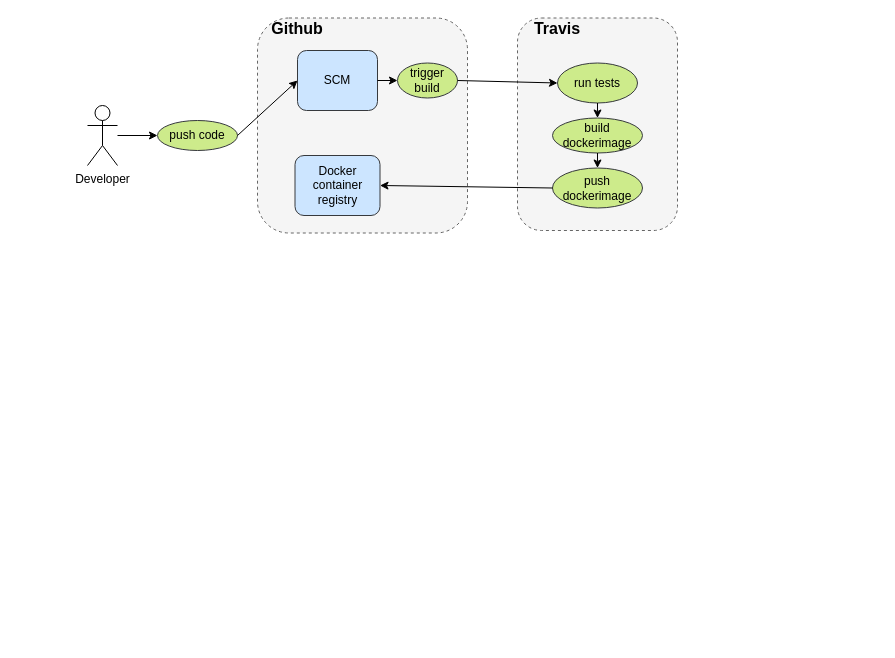
This is docs/CiCdConcept.drawio from andraspatka/JobPortalBE, a draw.io file, before an edit. Source tidied: cells renumbered, new cells numbered last; positions are measured from the earlier drawing's top-left corner, leaving out a move shared by most shapes. Both pictures are drawn from the tidied source at 100%, with x=0, y=0 at pixel (87, 18).
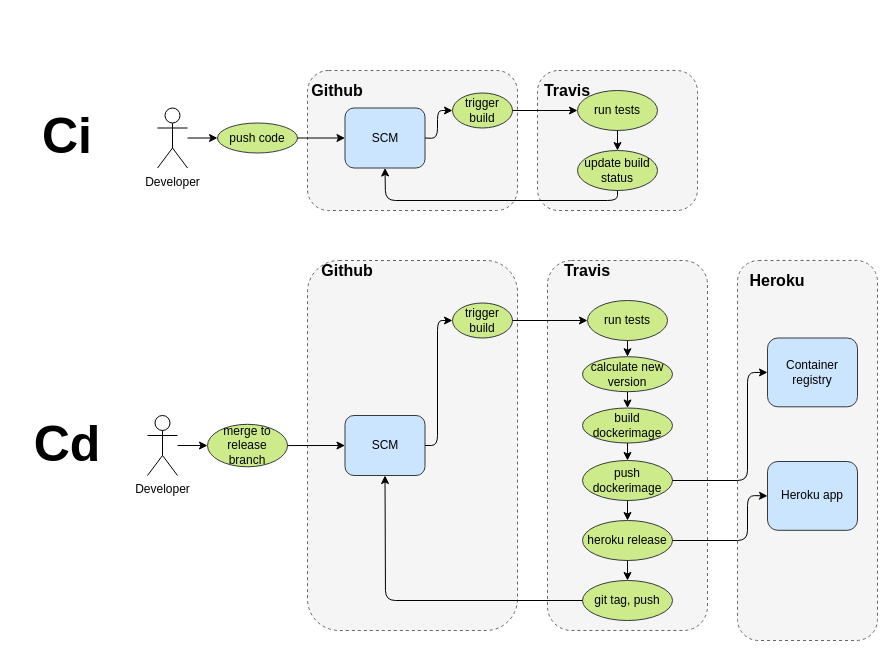
The same diagram, later.

Commit message (it also covers changes not shown here):
docs: Updated cicd concept, added branching concept

Change to the diagram source:
```diff
@@
     <mxCell id="2" style="rounded=1;whiteSpace=wrap;html=1;dashed=1;fillColor=#f5f5f5;strokeColor=#666666;fontColor=#333333;" parent="1" vertex="1">
-      <mxGeometry x="430" y="-0.5" width="160" height="212.5" as="geometry" />
+      <mxGeometry x="450" y="52" width="160" height="140" as="geometry" />
     </mxCell>
     <mxCell id="3" value="Developer" style="shape=umlActor;verticalLabelPosition=bottom;verticalAlign=top;html=1;outlineConnect=0;" parent="1" vertex="1">
-      <mxGeometry y="87" width="30" height="60" as="geometry" />
+      <mxGeometry x="70" y="89.5" width="30" height="60" as="geometry" />
     </mxCell>
     <mxCell id="4" style="rounded=1;whiteSpace=wrap;html=1;dashed=1;fillColor=#f5f5f5;strokeColor=#666666;fontColor=#333333;" parent="1" vertex="1">
-      <mxGeometry x="170" y="-0.5" width="210" height="215" as="geometry" />
+      <mxGeometry x="220" y="52" width="210" height="140" as="geometry" />
     </mxCell>
-    <mxCell id="5" value="build dockerimage" style="ellipse;whiteSpace=wrap;html=1;fillColor=#cdeb8b;strokeColor=#36393d;" parent="1" vertex="1">
-      <mxGeometry x="465" y="99.5" width="90" height="35" as="geometry" />
-    </mxCell>
-    <mxCell id="6" value="push dockerimage" style="ellipse;whiteSpace=wrap;html=1;fillColor=#cdeb8b;strokeColor=#36393d;" parent="1" vertex="1">
-      <mxGeometry x="465" y="149.5" width="90" height="40" as="geometry" />
-    </mxCell>
     <mxCell id="7" value="push code" style="ellipse;whiteSpace=wrap;html=1;fillColor=#cdeb8b;strokeColor=#36393d;" parent="1" vertex="1">
-      <mxGeometry x="70" y="102" width="80" height="30" as="geometry" />
+      <mxGeometry x="130" y="104.5" width="80" height="30" as="geometry" />
     </mxCell>
     <mxCell id="8" value="trigger build" style="ellipse;whiteSpace=wrap;html=1;fillColor=#cdeb8b;strokeColor=#36393d;" parent="1" vertex="1">
-      <mxGeometry x="310" y="44.5" width="60" height="35" as="geometry" />
+      <mxGeometry x="365" y="74.5" width="60" height="35" as="geometry" />
     </mxCell>
     <mxCell id="9" value="&lt;font style=&quot;font-size: 16px&quot;&gt;&lt;b&gt;Github&lt;/b&gt;&lt;/font&gt;" style="text;html=1;strokeColor=none;fillColor=none;align=center;verticalAlign=middle;whiteSpace=wrap;rounded=0;dashed=1;" parent="1" vertex="1">
-      <mxGeometry x="190" y="-0.5" width="40" height="20" as="geometry" />
+      <mxGeometry x="230" y="62" width="40" height="20" as="geometry" />
     </mxCell>
     <mxCell id="10" value="SCM" style="rounded=1;whiteSpace=wrap;html=1;fillColor=#cce5ff;strokeColor=#36393d;" parent="1" vertex="1">
-      <mxGeometry x="210" y="32" width="80" height="60" as="geometry" />
+      <mxGeometry x="257.5" y="89.5" width="80" height="60" as="geometry" />
     </mxCell>
-    <mxCell id="11" value="Docker container registry" style="rounded=1;whiteSpace=wrap;html=1;fillColor=#cce5ff;strokeColor=#36393d;" parent="1" vertex="1">
-      <mxGeometry x="207.5" y="137" width="85" height="60" as="geometry" />
-    </mxCell>
@@
     <mxCell id="14" style="endArrow=classic;html=1;exitX=1;exitY=0.5;exitDx=0;exitDy=0;entryX=0;entryY=0.5;entryDx=0;entryDy=0;" parent="1" edge="1" source="10" target="8">
-      <mxGeometry relative="1" as="geometry" />
+      <mxGeometry relative="1" as="geometry">
+        <Array as="points">
+          <mxPoint x="350" y="120" />
+          <mxPoint x="350" y="92" />
+        </Array>
+      </mxGeometry>
     </mxCell>
     <mxCell id="15" value="&lt;font style=&quot;font-size: 16px&quot;&gt;&lt;b&gt;Travis&lt;/b&gt;&lt;/font&gt;" style="text;html=1;strokeColor=none;fillColor=none;align=center;verticalAlign=middle;whiteSpace=wrap;rounded=0;dashed=1;" parent="1" vertex="1">
-      <mxGeometry x="450" y="-0.5" width="40" height="20" as="geometry" />
+      <mxGeometry x="460" y="62" width="40" height="20" as="geometry" />
     </mxCell>
     <mxCell id="16" value="run tests" style="ellipse;whiteSpace=wrap;html=1;fillColor=#cdeb8b;strokeColor=#36393d;" parent="1" vertex="1">
-      <mxGeometry x="470" y="44.5" width="80" height="40" as="geometry" />
+      <mxGeometry x="490" y="72" width="80" height="40" as="geometry" />
     </mxCell>
@@
-    <mxCell id="18" style="endArrow=classic;html=1;exitX=0.5;exitY=1;exitDx=0;exitDy=0;entryX=0.5;entryY=0;entryDx=0;entryDy=0;" parent="1" edge="1" source="16" target="5">
-      <mxGeometry relative="1" as="geometry" />
-    </mxCell>
+    <mxCell id="21" value="&lt;font style=&quot;font-size: 50px&quot;&gt;&lt;b&gt;Ci&lt;/b&gt;&lt;/font&gt;" style="text;html=1;strokeColor=none;fillColor=none;align=center;verticalAlign=middle;whiteSpace=wrap;rounded=0;fontSize=20;" parent="1" vertex="1">
+      <mxGeometry x="-45" y="102" width="50" height="30" as="geometry" />
+    </mxCell>
+    <mxCell id="22" value="&lt;font style=&quot;font-size: 50px&quot;&gt;&lt;b&gt;Cd&lt;/b&gt;&lt;/font&gt;" style="text;html=1;strokeColor=none;fillColor=none;align=center;verticalAlign=middle;whiteSpace=wrap;rounded=0;fontSize=20;" parent="1" vertex="1">
+      <mxGeometry x="-70" y="397" width="100" height="55" as="geometry" />
+    </mxCell>
+    <mxCell id="23" style="rounded=1;whiteSpace=wrap;html=1;dashed=1;fillColor=#f5f5f5;strokeColor=#666666;fontColor=#333333;" parent="1" vertex="1">
+      <mxGeometry x="460" y="242" width="160" height="370" as="geometry" />
+    </mxCell>
+    <mxCell id="24" value="Developer" style="shape=umlActor;verticalLabelPosition=bottom;verticalAlign=top;html=1;outlineConnect=0;" parent="1" vertex="1">
+      <mxGeometry x="60" y="397" width="30" height="60" as="geometry" />
+    </mxCell>
+    <mxCell id="25" style="rounded=1;whiteSpace=wrap;html=1;dashed=1;fillColor=#f5f5f5;strokeColor=#666666;fontColor=#333333;" parent="1" vertex="1">
+      <mxGeometry x="220" y="242" width="210" height="370" as="geometry" />
+    </mxCell>
+    <mxCell id="5" value="build dockerimage" style="ellipse;whiteSpace=wrap;html=1;fillColor=#cdeb8b;strokeColor=#36393d;" parent="1" vertex="1">
+      <mxGeometry x="495" y="389.5" width="90" height="35" as="geometry" />
+    </mxCell>
+    <mxCell id="6" value="push dockerimage" style="ellipse;whiteSpace=wrap;html=1;fillColor=#cdeb8b;strokeColor=#36393d;" parent="1" vertex="1">
+      <mxGeometry x="495" y="442" width="90" height="40" as="geometry" />
+    </mxCell>
+    <mxCell id="26" value="merge to release branch" style="ellipse;whiteSpace=wrap;html=1;fillColor=#cdeb8b;strokeColor=#36393d;" parent="1" vertex="1">
+      <mxGeometry x="120" y="405.8" width="80" height="42.5" as="geometry" />
+    </mxCell>
+    <mxCell id="27" value="trigger build" style="ellipse;whiteSpace=wrap;html=1;fillColor=#cdeb8b;strokeColor=#36393d;" parent="1" vertex="1">
+      <mxGeometry x="365" y="284.5" width="60" height="35" as="geometry" />
+    </mxCell>
+    <mxCell id="28" value="&lt;font style=&quot;font-size: 16px&quot;&gt;&lt;b&gt;Github&lt;/b&gt;&lt;/font&gt;" style="text;html=1;strokeColor=none;fillColor=none;align=center;verticalAlign=middle;whiteSpace=wrap;rounded=0;dashed=1;" parent="1" vertex="1">
+      <mxGeometry x="240" y="242" width="40" height="20" as="geometry" />
+    </mxCell>
+    <mxCell id="29" value="SCM" style="rounded=1;whiteSpace=wrap;html=1;fillColor=#cce5ff;strokeColor=#36393d;" parent="1" vertex="1">
+      <mxGeometry x="257.5" y="397" width="80" height="60" as="geometry" />
+    </mxCell>
+    <mxCell id="30" style="endArrow=classic;html=1;entryX=0;entryY=0.5;entryDx=0;entryDy=0;" parent="1" edge="1" source="24" target="26">
+      <mxGeometry relative="1" as="geometry" />
+    </mxCell>
+    <mxCell id="31" style="endArrow=classic;html=1;exitX=1;exitY=0.5;exitDx=0;exitDy=0;entryX=0;entryY=0.5;entryDx=0;entryDy=0;" parent="1" edge="1" source="26" target="29">
+      <mxGeometry relative="1" as="geometry" />
+    </mxCell>
+    <mxCell id="32" style="endArrow=classic;html=1;exitX=1;exitY=0.5;exitDx=0;exitDy=0;entryX=0;entryY=0.5;entryDx=0;entryDy=0;" parent="1" edge="1" source="29" target="27">
+      <mxGeometry relative="1" as="geometry">
+        <Array as="points">
+          <mxPoint x="350" y="427" />
+          <mxPoint x="350" y="302" />
+        </Array>
+      </mxGeometry>
+    </mxCell>
+    <mxCell id="33" value="&lt;font style=&quot;font-size: 16px&quot;&gt;&lt;b&gt;Travis&lt;/b&gt;&lt;/font&gt;" style="text;html=1;strokeColor=none;fillColor=none;align=center;verticalAlign=middle;whiteSpace=wrap;rounded=0;dashed=1;" parent="1" vertex="1">
+      <mxGeometry x="480" y="242" width="40" height="20" as="geometry" />
+    </mxCell>
+    <mxCell id="34" value="run tests" style="ellipse;whiteSpace=wrap;html=1;fillColor=#cdeb8b;strokeColor=#36393d;" parent="1" vertex="1">
+      <mxGeometry x="500" y="282" width="80" height="40" as="geometry" />
+    </mxCell>
+    <mxCell id="35" style="endArrow=classic;html=1;exitX=1;exitY=0.5;exitDx=0;exitDy=0;entryX=0;entryY=0.5;entryDx=0;entryDy=0;" parent="1" edge="1" source="27" target="34">
+      <mxGeometry relative="1" as="geometry" />
+    </mxCell>
@@
-    <mxCell id="20" style="endArrow=classic;html=1;exitX=0;exitY=0.5;exitDx=0;exitDy=0;entryX=1;entryY=0.5;entryDx=0;entryDy=0;" parent="1" edge="1" source="6" target="11">
-      <mxGeometry relative="1" as="geometry" />
-    </mxCell>
+    <mxCell id="36" value="update build status" style="ellipse;whiteSpace=wrap;html=1;fillColor=#cdeb8b;strokeColor=#36393d;" parent="1" vertex="1">
+      <mxGeometry x="490" y="132" width="80" height="40" as="geometry" />
+    </mxCell>
+    <mxCell id="37" style="endArrow=classic;html=1;fontSize=20;exitX=0.5;exitY=1;exitDx=0;exitDy=0;" parent="1" edge="1" source="16" target="36">
+      <mxGeometry relative="1" as="geometry" />
+    </mxCell>
+    <mxCell id="38" style="endArrow=classic;html=1;fontSize=20;exitX=0.5;exitY=1;exitDx=0;exitDy=0;entryX=0.5;entryY=1;entryDx=0;entryDy=0;" parent="1" edge="1" source="36" target="10">
+      <mxGeometry relative="1" as="geometry">
+        <Array as="points">
+          <mxPoint x="530" y="182" />
+          <mxPoint x="298" y="182" />
+        </Array>
+      </mxGeometry>
+    </mxCell>
+    <mxCell id="39" style="rounded=1;whiteSpace=wrap;html=1;dashed=1;fillColor=#f5f5f5;strokeColor=#666666;fontColor=#333333;" parent="1" vertex="1">
+      <mxGeometry x="650" y="242" width="140" height="380" as="geometry" />
+    </mxCell>
+    <mxCell id="40" value="&lt;font style=&quot;font-size: 16px&quot;&gt;&lt;b&gt;Heroku&lt;/b&gt;&lt;/font&gt;" style="text;html=1;strokeColor=none;fillColor=none;align=center;verticalAlign=middle;whiteSpace=wrap;rounded=0;dashed=1;" parent="1" vertex="1">
+      <mxGeometry x="660" y="252" width="60" height="20" as="geometry" />
+    </mxCell>
+    <mxCell id="41" value="calculate new version" style="ellipse;whiteSpace=wrap;html=1;fillColor=#cdeb8b;strokeColor=#36393d;" parent="1" vertex="1">
+      <mxGeometry x="495" y="338.2" width="90" height="35" as="geometry" />
+    </mxCell>
+    <mxCell id="42" value="heroku release" style="ellipse;whiteSpace=wrap;html=1;fillColor=#cdeb8b;strokeColor=#36393d;" parent="1" vertex="1">
+      <mxGeometry x="495" y="502" width="90" height="40" as="geometry" />
+    </mxCell>
+    <mxCell id="43" value="git tag, push" style="ellipse;whiteSpace=wrap;html=1;fillColor=#cdeb8b;strokeColor=#36393d;" parent="1" vertex="1">
+      <mxGeometry x="495" y="562" width="90" height="40" as="geometry" />
+    </mxCell>
+    <mxCell id="44" style="endArrow=classic;html=1;fontSize=20;exitX=0.5;exitY=1;exitDx=0;exitDy=0;entryX=0.5;entryY=0;entryDx=0;entryDy=0;" parent="1" edge="1" source="34" target="41">
+      <mxGeometry relative="1" as="geometry" />
+    </mxCell>
+    <mxCell id="45" style="endArrow=classic;html=1;fontSize=20;exitX=0.5;exitY=1;exitDx=0;exitDy=0;entryX=0.5;entryY=0;entryDx=0;entryDy=0;" parent="1" edge="1" source="41" target="5">
+      <mxGeometry relative="1" as="geometry" />
+    </mxCell>
+    <mxCell id="46" style="endArrow=classic;html=1;fontSize=20;exitX=0.5;exitY=1;exitDx=0;exitDy=0;entryX=0.5;entryY=0;entryDx=0;entryDy=0;" parent="1" edge="1" source="6" target="42">
+      <mxGeometry relative="1" as="geometry" />
+    </mxCell>
+    <mxCell id="47" style="endArrow=classic;html=1;fontSize=20;exitX=0.5;exitY=1;exitDx=0;exitDy=0;entryX=0.5;entryY=0;entryDx=0;entryDy=0;" parent="1" edge="1" source="42" target="43">
+      <mxGeometry relative="1" as="geometry" />
+    </mxCell>
+    <mxCell id="48" style="endArrow=classic;html=1;fontSize=20;exitX=0;exitY=0.5;exitDx=0;exitDy=0;entryX=0.5;entryY=1;entryDx=0;entryDy=0;" parent="1" edge="1" source="43" target="29">
+      <mxGeometry relative="1" as="geometry">
+        <Array as="points">
+          <mxPoint x="298" y="582" />
+        </Array>
+      </mxGeometry>
+    </mxCell>
+    <mxCell id="49" value="Container registry" style="rounded=1;whiteSpace=wrap;html=1;fillColor=#cce5ff;strokeColor=#36393d;" parent="1" vertex="1">
+      <mxGeometry x="680" y="319.5" width="90" height="68.8" as="geometry" />
+    </mxCell>
+    <mxCell id="50" value="Heroku app" style="rounded=1;whiteSpace=wrap;html=1;fillColor=#cce5ff;strokeColor=#36393d;" parent="1" vertex="1">
+      <mxGeometry x="680" y="443" width="90" height="68.8" as="geometry" />
+    </mxCell>
+    <mxCell id="51" style="endArrow=classic;html=1;fontSize=20;exitX=1;exitY=0.5;exitDx=0;exitDy=0;entryX=0;entryY=0.5;entryDx=0;entryDy=0;" parent="1" edge="1" source="6" target="49">
+      <mxGeometry relative="1" as="geometry">
+        <Array as="points">
+          <mxPoint x="660" y="462" />
+          <mxPoint x="660" y="354" />
+        </Array>
+      </mxGeometry>
+    </mxCell>
+    <mxCell id="52" style="endArrow=classic;html=1;fontSize=20;exitX=1;exitY=0.5;exitDx=0;exitDy=0;entryX=0;entryY=0.5;entryDx=0;entryDy=0;" parent="1" edge="1" source="42" target="50">
+      <mxGeometry relative="1" as="geometry">
+        <Array as="points">
+          <mxPoint x="660" y="522" />
+          <mxPoint x="660" y="477" />
+        </Array>
+      </mxGeometry>
+    </mxCell>
```
